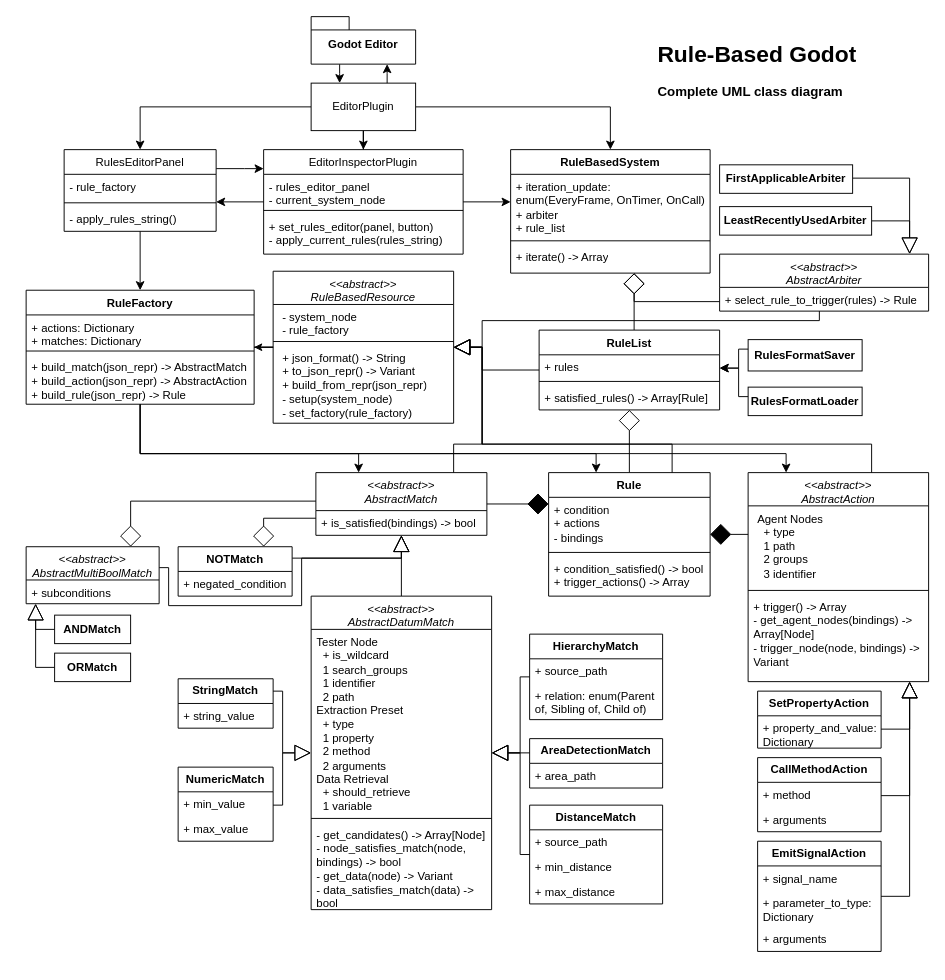
This is page "Complete" (2 of 2) of diagrams/UML_Classes.drawio from rvbatt/rule-based-godot, a draw.io file, before an edit. Source tidied: cells renumbered, new cells numbered last; positions are measured from the earlier drawing's top-left corner, leaving out a move shared by most shapes. Both pictures are drawn from the tidied source at 95%, with x=0, y=0 at pixel (26, 16).
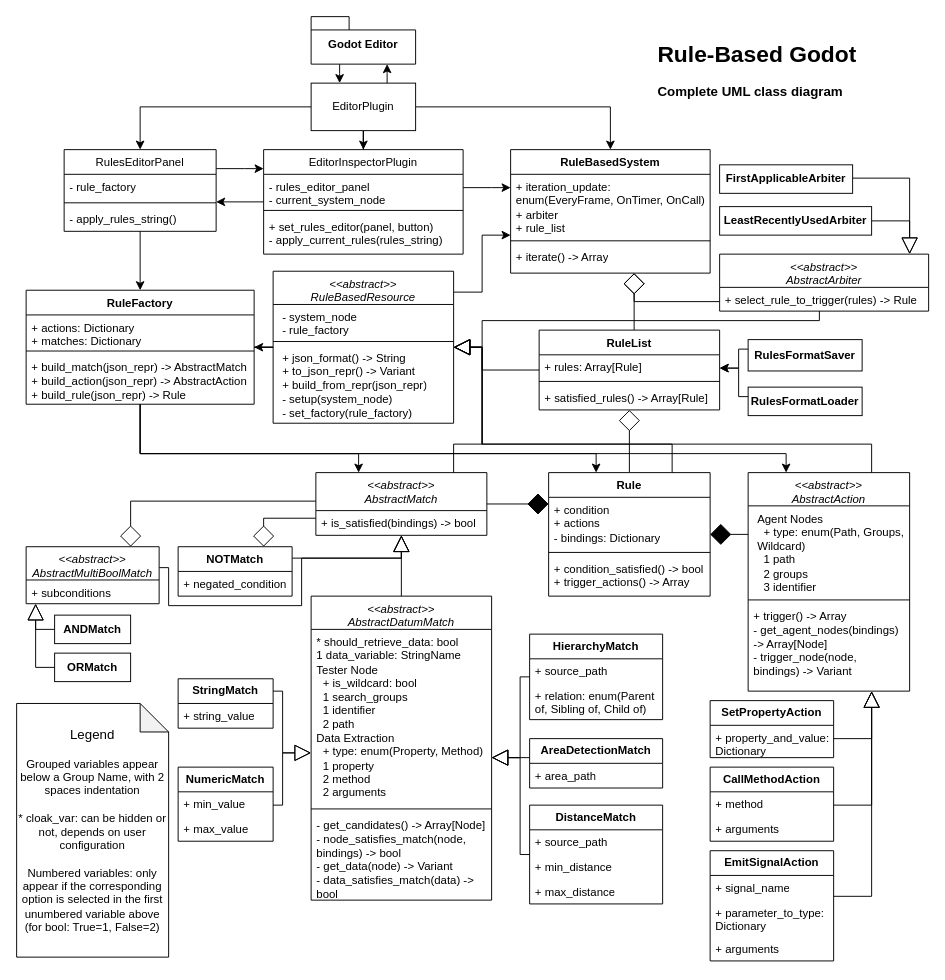
The same diagram, later.

Commit message (it also covers changes not shown here):
Update complete UML diagram with Legend

- Explain the custom notation used to express gdscript's unique options
- Add types for Rule.bindings and AbstractAction.agent_type
- Add arrow from RuleBasedResource to RuleBasedSystem

Unchanged cells that the change refers to:
```xml
<mxCell id="11" value="&lt;span style=&quot;font-weight: normal;&quot;&gt;EditorInspectorPlugin&lt;/span&gt;" style="swimlane;fontStyle=1;align=center;verticalAlign=top;horizontal=1;startSize=26;whiteSpace=wrap;html=1;" parent="1" vertex="1">
  <mxGeometry x="250" y="140" width="210" height="110" as="geometry" />
</mxCell>
<mxCell id="23" value="RuleBasedSystem" style="swimlane;fontStyle=1;align=center;verticalAlign=top;horizontal=1;startSize=26;whiteSpace=wrap;html=1;" parent="1" vertex="1">
  <mxGeometry x="510" y="140" width="210" height="130" as="geometry" />
</mxCell>
<mxCell id="30" value="RuleFactory" style="swimlane;fontStyle=1;align=center;verticalAlign=top;horizontal=1;startSize=26;whiteSpace=wrap;html=1;" parent="1" vertex="1">
  <mxGeometry y="288" width="240" height="120" as="geometry" />
</mxCell>
<mxCell id="35" value="RuleList" style="swimlane;fontStyle=1;align=center;verticalAlign=top;horizontal=1;startSize=26;whiteSpace=wrap;html=1;" parent="1" vertex="1">
  <mxGeometry x="540" y="330" width="190" height="84" as="geometry" />
</mxCell>
<mxCell id="41" value="Rule" style="swimlane;fontStyle=1;align=center;verticalAlign=top;horizontal=1;startSize=26;whiteSpace=wrap;html=1;" parent="1" vertex="1">
  <mxGeometry x="550" y="480" width="170" height="130" as="geometry" />
</mxCell>
<mxCell id="69" value="&lt;b&gt;AreaDetectionMatch&lt;/b&gt;" style="swimlane;fontStyle=0;horizontal=1;startSize=26;fillColor=none;whiteSpace=wrap;html=1;" parent="1" vertex="1">
  <mxGeometry x="530" y="760" width="140" height="52" as="geometry" />
</mxCell>
<mxCell id="71" value="&lt;b&gt;DistanceMatch&lt;br&gt;&lt;/b&gt;" style="swimlane;fontStyle=0;horizontal=1;startSize=26;fillColor=none;whiteSpace=wrap;html=1;" parent="1" vertex="1">
  <mxGeometry x="530" y="830" width="140" height="104" as="geometry" />
</mxCell>
<mxCell id="75" value="&lt;b&gt;HierarchyMatch&lt;/b&gt;" style="swimlane;fontStyle=0;horizontal=1;startSize=26;fillColor=none;whiteSpace=wrap;html=1;" parent="1" vertex="1">
  <mxGeometry x="530" y="650" width="140" height="90" as="geometry" />
</mxCell>
<mxCell id="111" value="&lt;i style=&quot;border-color: var(--border-color); font-weight: 400;&quot;&gt;&amp;lt;&amp;lt;abstract&amp;gt;&amp;gt;&lt;/i&gt;&lt;br style=&quot;border-color: var(--border-color); font-weight: 400;&quot;&gt;&lt;i style=&quot;border-color: var(--border-color); font-weight: 400;&quot;&gt;RuleBasedResource&lt;/i&gt;&lt;span style=&quot;font-weight: normal;&quot;&gt;&lt;i&gt;&lt;br&gt;&lt;/i&gt;&lt;/span&gt;" style="swimlane;fontStyle=1;align=center;verticalAlign=top;horizontal=1;startSize=35;whiteSpace=wrap;html=1;swimlaneLine=1;" parent="1" vertex="1">
  <mxGeometry x="260" y="268" width="190" height="160" as="geometry" />
</mxCell>
```

Diff of the diagram source:
```diff
@@
     <mxCell id="10" style="edgeStyle=orthogonalEdgeStyle;rounded=0;jettySize=auto;html=1;endSize=7;" parent="1" edge="1" source="11" target="23">
       <mxGeometry relative="1" as="geometry">
         <Array as="points">
-          <mxPoint x="530" y="195" />
-          <mxPoint x="530" y="195" />
+          <mxPoint x="490" y="180" />
+          <mxPoint x="490" y="180" />
         </Array>
       </mxGeometry>
     </mxCell>
@@
-    <mxCell id="36" value="+ rules&lt;br&gt;" style="text;strokeColor=none;fillColor=none;align=left;verticalAlign=top;spacingLeft=4;spacingRight=4;overflow=hidden;whiteSpace=wrap;html=1;" parent="35" vertex="1">
+    <mxCell id="36" value="+ rules: Array[Rule]" style="text;strokeColor=none;fillColor=none;align=left;verticalAlign=top;spacingLeft=4;spacingRight=4;overflow=hidden;whiteSpace=wrap;html=1;" parent="35" vertex="1">
       <mxGeometry y="26" width="190" height="24" as="geometry" />
     </mxCell>
@@
-    <mxCell id="42" value="+ condition&lt;br&gt;+ actions&lt;br&gt;- bindings" style="text;strokeColor=none;fillColor=none;align=left;verticalAlign=top;spacingLeft=4;spacingRight=4;overflow=hidden;whiteSpace=wrap;html=1;" parent="41" vertex="1">
+    <mxCell id="42" value="+ condition&lt;br&gt;+ actions&lt;br&gt;- bindings: Dictionary" style="text;strokeColor=none;fillColor=none;align=left;verticalAlign=top;spacingLeft=4;spacingRight=4;overflow=hidden;whiteSpace=wrap;html=1;" parent="41" vertex="1">
       <mxGeometry y="26" width="170" height="54" as="geometry" />
     </mxCell>
@@
     <mxCell id="50" style="edgeStyle=orthogonalEdgeStyle;rounded=0;jettySize=auto;html=1;endArrow=none;endFill=0;startArrow=block;startFill=0;startSize=15;" parent="1" edge="1" source="55" target="75">
-      <mxGeometry relative="1" as="geometry" />
+      <mxGeometry relative="1" as="geometry">
+        <Array as="points">
+          <mxPoint x="520" y="780" />
+          <mxPoint x="520" y="695" />
+        </Array>
+      </mxGeometry>
     </mxCell>
     <mxCell id="51" style="edgeStyle=orthogonalEdgeStyle;rounded=0;jettySize=auto;html=1;endArrow=none;endFill=0;startArrow=block;startFill=0;startSize=15;" parent="1" edge="1" source="55" target="69">
       <mxGeometry relative="1" as="geometry">
         <Array as="points">
-          <mxPoint x="520" y="775" />
-          <mxPoint x="520" y="775" />
+          <mxPoint x="510" y="780" />
+          <mxPoint x="510" y="780" />
         </Array>
       </mxGeometry>
     </mxCell>
     <mxCell id="52" style="edgeStyle=orthogonalEdgeStyle;rounded=0;jettySize=auto;html=1;endArrow=none;endFill=0;startArrow=block;startFill=0;endSize=11;startSize=15;" parent="1" edge="1" source="55" target="71">
-      <mxGeometry relative="1" as="geometry" />
+      <mxGeometry relative="1" as="geometry">
+        <Array as="points">
+          <mxPoint x="520" y="780" />
+          <mxPoint x="520" y="882" />
+        </Array>
+      </mxGeometry>
     </mxCell>
@@
     <mxCell id="55" value="&lt;span style=&quot;font-weight: normal;&quot;&gt;&lt;i&gt;&amp;lt;&amp;lt;abstract&amp;gt;&amp;gt;&lt;br&gt;AbstractDatumMatch&lt;br&gt;&lt;/i&gt;&lt;/span&gt;" style="swimlane;fontStyle=1;align=center;verticalAlign=top;horizontal=1;startSize=35;whiteSpace=wrap;html=1;swimlaneLine=1;" parent="1" vertex="1">
-      <mxGeometry x="300" y="610" width="190" height="330" as="geometry" />
+      <mxGeometry x="300" y="610" width="190" height="320" as="geometry" />
     </mxCell>
-    <mxCell id="56" value="Tester Node&lt;br&gt;&amp;nbsp; + is_wildcard&lt;br&gt;&amp;nbsp; 1 search_groups&lt;br&gt;&amp;nbsp; 1 identifier&lt;br&gt;&amp;nbsp; 2 path&lt;br&gt;Extraction Preset&lt;br&gt;&amp;nbsp; + type&lt;br&gt;&amp;nbsp; 1 property&lt;br&gt;&amp;nbsp; 2 method&lt;br&gt;&amp;nbsp; 2 arguments&lt;br&gt;Data Retrieval&lt;br&gt;&amp;nbsp; + should_retrieve&lt;br&gt;&amp;nbsp; 1 variable" style="text;strokeColor=none;fillColor=none;align=left;verticalAlign=top;spacingLeft=4;spacingRight=4;overflow=hidden;whiteSpace=wrap;html=1;" parent="55" vertex="1">
-      <mxGeometry y="35" width="190" height="195" as="geometry" />
+    <mxCell id="56" value="* should_retrieve_data: bool&lt;br&gt;1 data_variable: StringName&lt;br&gt;Tester Node&lt;br&gt;&amp;nbsp; + is_wildcard: bool&lt;br&gt;&amp;nbsp; 1 search_groups&lt;br&gt;&amp;nbsp; 1 identifier&lt;br&gt;&amp;nbsp; 2 path&lt;br&gt;Data Extraction&lt;br&gt;&amp;nbsp; + type: enum(Property, Method)&lt;br&gt;&amp;nbsp; 1 property&lt;br&gt;&amp;nbsp; 2 method&lt;br&gt;&amp;nbsp; 2 arguments" style="text;strokeColor=none;fillColor=none;align=left;verticalAlign=top;spacingLeft=4;spacingRight=4;overflow=hidden;whiteSpace=wrap;html=1;" parent="55" vertex="1">
+      <mxGeometry y="35" width="190" height="185" as="geometry" />
     </mxCell>
     <mxCell id="57" style="line;strokeWidth=1;fillColor=none;align=left;verticalAlign=middle;spacingTop=-1;spacingLeft=3;spacingRight=3;labelPosition=right;strokeColor=inherit;" parent="55" vertex="1">
-      <mxGeometry y="230" width="190" height="8" as="geometry" />
+      <mxGeometry y="220" width="190" height="8" as="geometry" />
     </mxCell>
     <mxCell id="58" value="- get_candidates() -&amp;gt; Array[Node]&lt;br&gt;- node_satisfies_match(node, bindings) -&amp;gt; bool&lt;br&gt;- get_data(node) -&amp;gt; Variant&lt;br&gt;- data_satisfies_match(data) -&amp;gt; bool" style="text;strokeColor=none;fillColor=none;align=left;verticalAlign=top;spacingLeft=4;spacingRight=4;overflow=hidden;whiteSpace=wrap;html=1;" parent="55" vertex="1">
-      <mxGeometry y="238" width="190" height="92" as="geometry" />
+      <mxGeometry y="228" width="190" height="92" as="geometry" />
     </mxCell>
@@
     <mxCell id="83" style="edgeStyle=orthogonalEdgeStyle;rounded=0;jettySize=auto;html=1;startArrow=block;startFill=0;startSize=15;endArrow=none;endFill=0;" parent="1" edge="1" source="86" target="93">
       <mxGeometry relative="1" as="geometry">
         <Array as="points">
-          <mxPoint x="930" y="750" />
+          <mxPoint x="890" y="760" />
         </Array>
       </mxGeometry>
     </mxCell>
     <mxCell id="84" style="edgeStyle=orthogonalEdgeStyle;rounded=0;jettySize=auto;html=1;endArrow=none;endFill=0;startArrow=block;startFill=0;startSize=15;" parent="1" edge="1" source="86" target="90">
       <mxGeometry relative="1" as="geometry">
         <Array as="points">
-          <mxPoint x="930" y="820" />
+          <mxPoint x="890" y="830" />
         </Array>
       </mxGeometry>
     </mxCell>
     <mxCell id="85" style="edgeStyle=orthogonalEdgeStyle;rounded=0;jettySize=auto;html=1;endArrow=none;endFill=0;startArrow=block;startFill=0;endSize=15;startSize=15;" parent="1" edge="1" source="86" target="95">
       <mxGeometry relative="1" as="geometry">
         <Array as="points">
-          <mxPoint x="930" y="926" />
+          <mxPoint x="890" y="926" />
         </Array>
       </mxGeometry>
     </mxCell>
     <mxCell id="86" value="&lt;span style=&quot;font-weight: normal;&quot;&gt;&lt;i&gt;&amp;lt;&amp;lt;abstract&amp;gt;&amp;gt;&lt;br&gt;AbstractAction&lt;br&gt;&lt;/i&gt;&lt;/span&gt;" style="swimlane;fontStyle=1;align=center;verticalAlign=top;horizontal=1;startSize=35;whiteSpace=wrap;html=1;swimlaneLine=1;" parent="1" vertex="1">
-      <mxGeometry x="760" y="480" width="190" height="220" as="geometry" />
+      <mxGeometry x="760" y="480" width="170" height="230" as="geometry" />
     </mxCell>
-    <mxCell id="87" value="&lt;p style=&quot;border-color: var(--border-color); margin: 0px 0px 0px 4px;&quot;&gt;Agent Nodes&lt;/p&gt;&lt;p style=&quot;border-color: var(--border-color); margin: 0px 0px 0px 4px;&quot;&gt;&amp;nbsp; + type&lt;/p&gt;&lt;p style=&quot;border-color: var(--border-color); margin: 0px 0px 0px 4px;&quot;&gt;&amp;nbsp; 1 path&lt;/p&gt;&lt;p style=&quot;border-color: var(--border-color); margin: 0px 0px 0px 4px;&quot;&gt;&amp;nbsp; 2 groups&lt;/p&gt;&lt;p style=&quot;border-color: var(--border-color); margin: 0px 0px 0px 4px;&quot;&gt;&amp;nbsp; 3 identifier&lt;/p&gt;" style="text;strokeColor=none;fillColor=none;align=left;verticalAlign=top;spacingLeft=4;spacingRight=4;overflow=hidden;whiteSpace=wrap;html=1;" parent="86" vertex="1">
-      <mxGeometry y="35" width="190" height="85" as="geometry" />
+    <mxCell id="87" value="&lt;p style=&quot;border-color: var(--border-color); margin: 0px 0px 0px 4px;&quot;&gt;Agent Nodes&lt;/p&gt;&lt;p style=&quot;border-color: var(--border-color); margin: 0px 0px 0px 4px;&quot;&gt;&amp;nbsp; + type: enum(Path, Groups, Wildcard)&lt;/p&gt;&lt;p style=&quot;border-color: var(--border-color); margin: 0px 0px 0px 4px;&quot;&gt;&amp;nbsp; 1 path&lt;/p&gt;&lt;p style=&quot;border-color: var(--border-color); margin: 0px 0px 0px 4px;&quot;&gt;&amp;nbsp; 2 groups&lt;/p&gt;&lt;p style=&quot;border-color: var(--border-color); margin: 0px 0px 0px 4px;&quot;&gt;&amp;nbsp; 3 identifier&lt;/p&gt;" style="text;strokeColor=none;fillColor=none;align=left;verticalAlign=top;spacingLeft=4;spacingRight=4;overflow=hidden;whiteSpace=wrap;html=1;" parent="86" vertex="1">
+      <mxGeometry y="35" width="170" height="95" as="geometry" />
     </mxCell>
     <mxCell id="88" style="line;strokeWidth=1;fillColor=none;align=left;verticalAlign=middle;spacingTop=-1;spacingLeft=3;spacingRight=3;labelPosition=right;strokeColor=inherit;" parent="86" vertex="1">
-      <mxGeometry y="120" width="190" height="8" as="geometry" />
+      <mxGeometry y="130" width="170" height="8" as="geometry" />
     </mxCell>
     <mxCell id="89" value="+ trigger() -&amp;gt; Array&lt;br&gt;- get_agent_nodes(bindings) -&amp;gt; Array[Node]&lt;br&gt;- trigger_node(node, bindings) -&amp;gt; Variant" style="text;strokeColor=none;fillColor=none;align=left;verticalAlign=top;spacingLeft=4;spacingRight=4;overflow=hidden;whiteSpace=wrap;html=1;" parent="86" vertex="1">
-      <mxGeometry y="128" width="190" height="92" as="geometry" />
+      <mxGeometry y="138" width="170" height="92" as="geometry" />
     </mxCell>
     <mxCell id="90" value="&lt;b&gt;CallMethodAction&lt;/b&gt;" style="swimlane;fontStyle=0;horizontal=1;startSize=26;fillColor=none;whiteSpace=wrap;html=1;" parent="1" vertex="1">
-      <mxGeometry x="770" y="780" width="130" height="78" as="geometry" />
+      <mxGeometry x="720" y="790" width="130" height="78" as="geometry" />
     </mxCell>
@@
     <mxCell id="93" value="&lt;b&gt;SetPropertyAction&lt;/b&gt;" style="swimlane;fontStyle=0;horizontal=1;startSize=26;fillColor=none;whiteSpace=wrap;html=1;" parent="1" vertex="1">
-      <mxGeometry x="770" y="710" width="130" height="60" as="geometry" />
+      <mxGeometry x="720" y="720" width="130" height="60" as="geometry" />
     </mxCell>
@@
     <mxCell id="95" value="&lt;b&gt;EmitSignalAction&lt;/b&gt;" style="swimlane;fontStyle=0;horizontal=1;startSize=26;fillColor=none;whiteSpace=wrap;html=1;" parent="1" vertex="1">
-      <mxGeometry x="770" y="868" width="130" height="116" as="geometry" />
+      <mxGeometry x="720" y="878" width="130" height="116" as="geometry" />
     </mxCell>
@@
-    <mxCell id="105" style="edgeStyle=orthogonalEdgeStyle;rounded=0;jettySize=auto;html=1;" parent="1" edge="1" source="111" target="30">
+    <mxCell id="105" style="edgeStyle=orthogonalEdgeStyle;rounded=0;jettySize=auto;html=1;endSize=7;" parent="1" edge="1" source="111" target="30">
       <mxGeometry relative="1" as="geometry" />
     </mxCell>
@@
+    <mxCell id="120" style="edgeStyle=orthogonalEdgeStyle;rounded=0;jettySize=auto;html=1;endSize=7;" parent="1" edge="1" source="111" target="23">
+      <mxGeometry relative="1" as="geometry">
+        <Array as="points">
+          <mxPoint x="480" y="290" />
+          <mxPoint x="480" y="230" />
+        </Array>
+      </mxGeometry>
+    </mxCell>
@@
+    <mxCell id="121" value="&lt;font style=&quot;&quot;&gt;&lt;font style=&quot;&quot;&gt;&lt;font style=&quot;font-size: 14px;&quot;&gt;Legend&lt;/font&gt;&lt;br&gt;&lt;/font&gt;&lt;br&gt;Grouped variables appear below a Group Name, with 2 spaces indentation&lt;br&gt;&lt;br&gt;* cloak_var: can be hidden or not, depends on user configuration&lt;br&gt;&lt;br&gt;Numbered variables: only appear if the corresponding option is selected in the first unumbered variable above (for bool: True=1, False=2)&lt;br&gt;&lt;/font&gt;" style="shape=note;whiteSpace=wrap;html=1;backgroundOutline=1;darkOpacity=0.05;" parent="1" vertex="1">
+      <mxGeometry x="-10" y="723" width="160" height="267" as="geometry" />
+    </mxCell>
```
